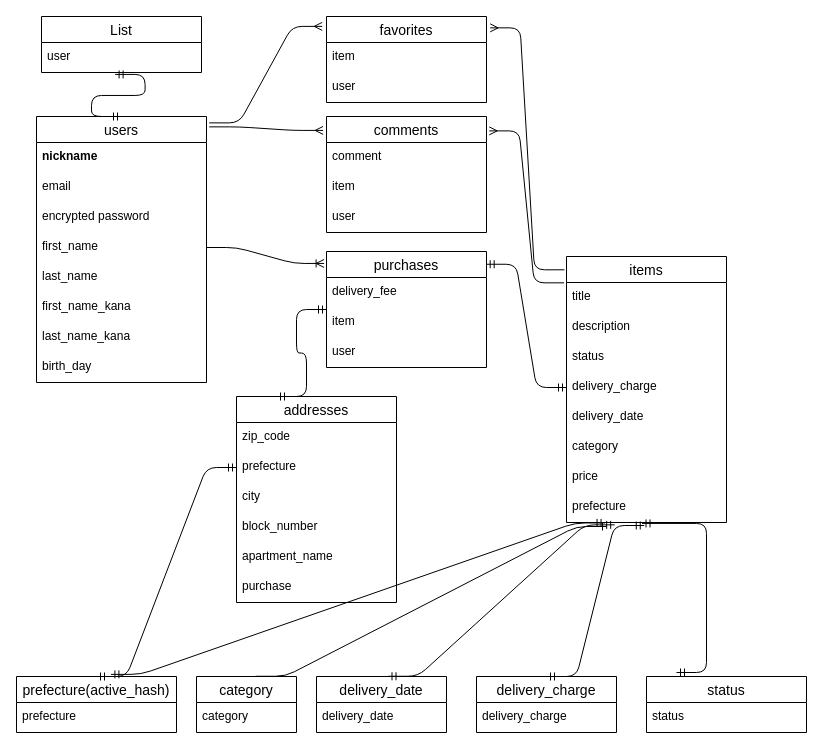
yuyuyu0819/furima-38730 keeps this draw.io diagram as er.dio. Above is the earlier version. Source tidied: cells renumbered, new cells numbered last; positions are measured from the earlier drawing's top-left corner, leaving out a move shared by most shapes. Both pictures are drawn from the tidied source at 100%, with x=0, y=0 at pixel (16, 16).
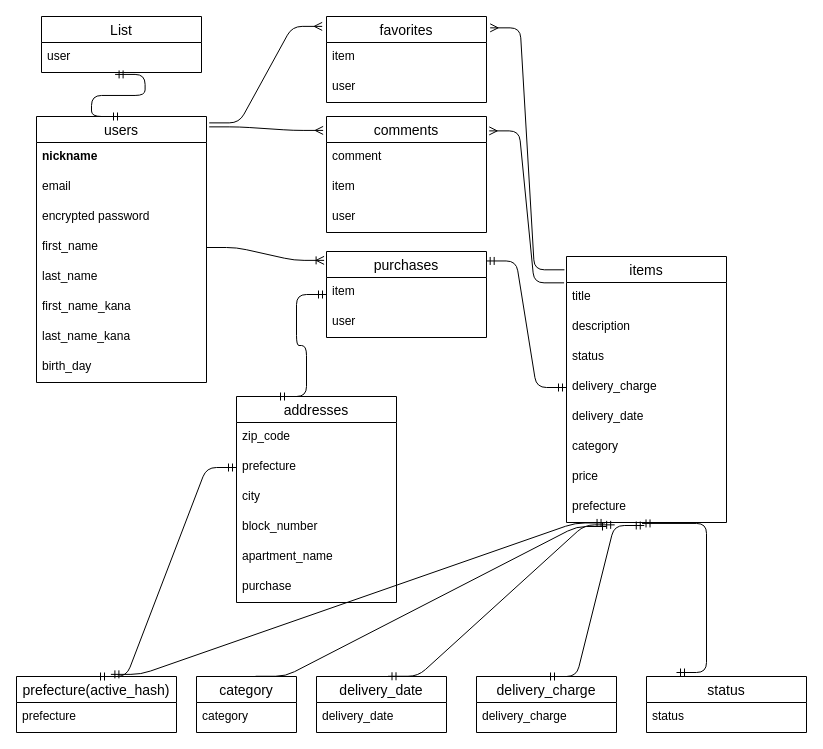
Above is the later version.

Commit message (it also covers changes not shown here):
データベース設計修正２

purchaseの修正
_idの修正

Change to the diagram source:
```diff
@@
     <mxCell id="20" value="purchases" style="swimlane;fontStyle=0;horizontal=1;startSize=26;align=center;fontSize=14;" parent="1" vertex="1">
-      <mxGeometry x="310" y="235" width="160" height="116" as="geometry" />
+      <mxGeometry x="310" y="235" width="160" height="86" as="geometry" />
     </mxCell>
-    <mxCell id="21" value="delivery_fee" style="text;strokeColor=none;fillColor=none;spacingLeft=4;spacingRight=4;overflow=hidden;fontSize=12;" parent="20" vertex="1">
-      <mxGeometry y="26" width="160" height="30" as="geometry" />
-    </mxCell>
     <mxCell id="22" value="item" style="text;strokeColor=none;fillColor=none;spacingLeft=4;spacingRight=4;overflow=hidden;fontSize=12;" parent="20" vertex="1">
-      <mxGeometry y="56" width="160" height="30" as="geometry" />
+      <mxGeometry y="26" width="160" height="30" as="geometry" />
     </mxCell>
     <mxCell id="23" value="user" style="text;strokeColor=none;fillColor=none;spacingLeft=4;spacingRight=4;overflow=hidden;fontSize=12;" parent="20" vertex="1">
-      <mxGeometry y="86" width="160" height="30" as="geometry" />
+      <mxGeometry y="56" width="160" height="30" as="geometry" />
     </mxCell>
```
